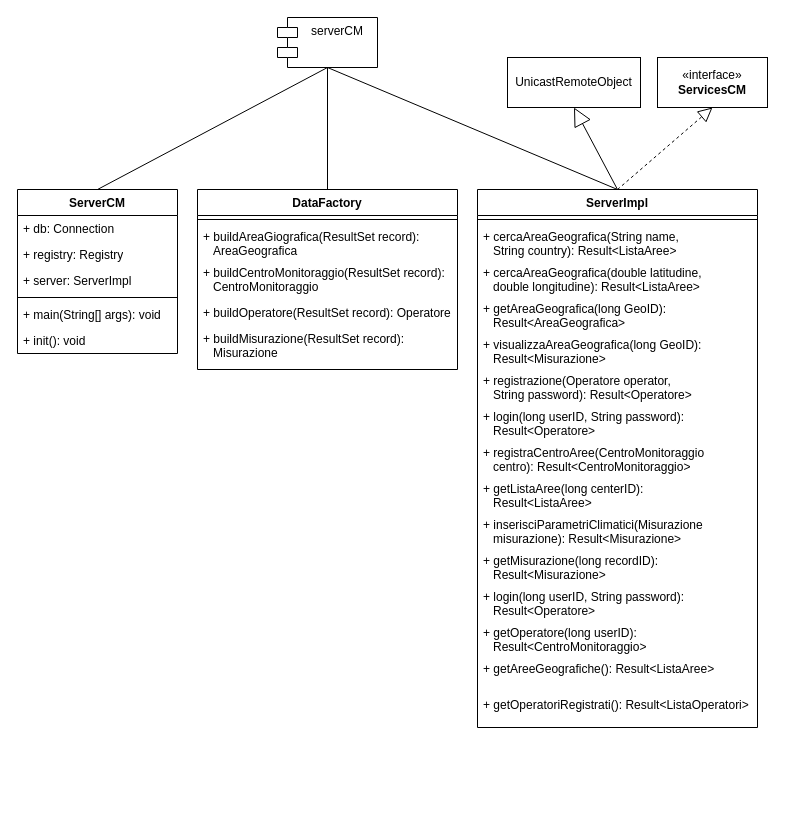
Earlier version of the draw.io diagram fig/drawio/serverCM.drawio (Qu4draetto-A3B/UniLab-docs). Source tidied: cells renumbered, new cells numbered last; positions are measured from the earlier drawing's top-left corner, leaving out a move shared by most shapes. Both pictures are drawn from the tidied source at 100%, with x=0, y=0 at pixel (17, 17).
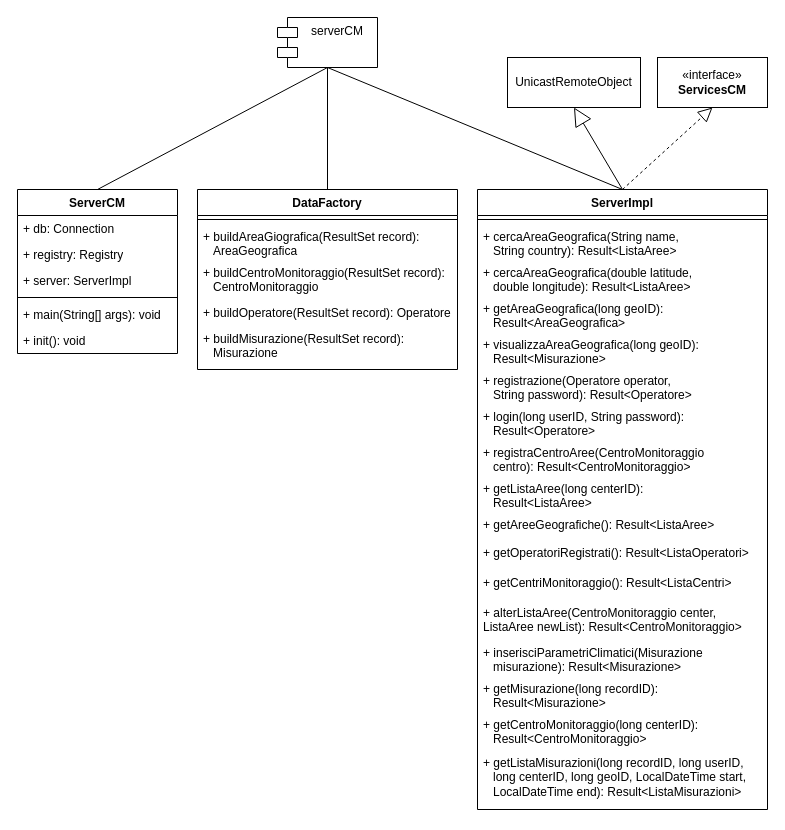
The same diagram, later.

Diff of the diagram source:
```diff
@@
     <mxCell id="16" value="ServerImpl" style="swimlane;fontStyle=1;align=center;verticalAlign=top;horizontal=1;startSize=26;whiteSpace=wrap;html=1;" parent="1" vertex="1">
-      <mxGeometry x="460" y="172" width="280" height="538" as="geometry" />
+      <mxGeometry x="460" y="172" width="290" height="620" as="geometry" />
     </mxCell>
     <mxCell id="17" style="line;strokeWidth=1;fillColor=none;align=left;verticalAlign=middle;spacingTop=-1;spacingLeft=3;spacingRight=3;labelPosition=right;strokeColor=inherit;" parent="16" vertex="1">
-      <mxGeometry y="26" width="280" height="8" as="geometry" />
+      <mxGeometry y="26" width="290" height="8" as="geometry" />
     </mxCell>
     <mxCell id="18" value="+ cercaAreaGeografica(String name,&amp;nbsp; &amp;nbsp;&lt;br&gt;&amp;nbsp; &amp;nbsp;String country): Result&amp;lt;ListaAree&amp;gt;" style="text;strokeColor=none;fillColor=none;align=left;verticalAlign=top;spacingLeft=4;spacingRight=4;overflow=hidden;whiteSpace=wrap;html=1;" parent="16" vertex="1">
-      <mxGeometry y="34" width="280" height="36" as="geometry" />
+      <mxGeometry y="34" width="290" height="36" as="geometry" />
     </mxCell>
-    <mxCell id="19" value="+ cercaAreaGeografica(double latitudine,&lt;br&gt;&amp;nbsp; &amp;nbsp;double longitudine): Result&amp;lt;ListaAree&amp;gt;" style="text;strokeColor=none;fillColor=none;align=left;verticalAlign=top;spacingLeft=4;spacingRight=4;overflow=hidden;whiteSpace=wrap;html=1;" parent="16" vertex="1">
-      <mxGeometry y="70" width="280" height="36" as="geometry" />
+    <mxCell id="19" value="+ cercaAreaGeografica(double latitude,&lt;br&gt;&amp;nbsp; &amp;nbsp;double longitude): Result&amp;lt;ListaAree&amp;gt;" style="text;strokeColor=none;fillColor=none;align=left;verticalAlign=top;spacingLeft=4;spacingRight=4;overflow=hidden;whiteSpace=wrap;html=1;" parent="16" vertex="1">
+      <mxGeometry y="70" width="290" height="36" as="geometry" />
     </mxCell>
-    <mxCell id="20" value="+ getAreaGeografica(long GeoID):&lt;br&gt;&amp;nbsp; &amp;nbsp;Result&amp;lt;AreaGeografica&amp;gt;" style="text;strokeColor=none;fillColor=none;align=left;verticalAlign=top;spacingLeft=4;spacingRight=4;overflow=hidden;whiteSpace=wrap;html=1;" parent="16" vertex="1">
-      <mxGeometry y="106" width="280" height="36" as="geometry" />
+    <mxCell id="20" value="+ getAreaGeografica(long geoID):&lt;br&gt;&amp;nbsp; &amp;nbsp;Result&amp;lt;AreaGeografica&amp;gt;" style="text;strokeColor=none;fillColor=none;align=left;verticalAlign=top;spacingLeft=4;spacingRight=4;overflow=hidden;whiteSpace=wrap;html=1;" parent="16" vertex="1">
+      <mxGeometry y="106" width="290" height="36" as="geometry" />
     </mxCell>
-    <mxCell id="21" value="+ visualizzaAreaGeografica(long GeoID):&lt;br&gt;&amp;nbsp; &amp;nbsp;Result&amp;lt;Misurazione&amp;gt;" style="text;strokeColor=none;fillColor=none;align=left;verticalAlign=top;spacingLeft=4;spacingRight=4;overflow=hidden;whiteSpace=wrap;html=1;" parent="16" vertex="1">
-      <mxGeometry y="142" width="280" height="36" as="geometry" />
+    <mxCell id="21" value="+ visualizzaAreaGeografica(long geoID):&lt;br&gt;&amp;nbsp; &amp;nbsp;Result&amp;lt;Misurazione&amp;gt;" style="text;strokeColor=none;fillColor=none;align=left;verticalAlign=top;spacingLeft=4;spacingRight=4;overflow=hidden;whiteSpace=wrap;html=1;" parent="16" vertex="1">
+      <mxGeometry y="142" width="290" height="36" as="geometry" />
     </mxCell>
     <mxCell id="22" value="+ registrazione(Operatore operator,&lt;br&gt;&amp;nbsp; &amp;nbsp;String password): Result&amp;lt;Operatore&amp;gt;" style="text;strokeColor=none;fillColor=none;align=left;verticalAlign=top;spacingLeft=4;spacingRight=4;overflow=hidden;whiteSpace=wrap;html=1;" parent="16" vertex="1">
-      <mxGeometry y="178" width="280" height="36" as="geometry" />
+      <mxGeometry y="178" width="290" height="36" as="geometry" />
     </mxCell>
     <mxCell id="23" value="+ login(long userID, String password):&lt;br&gt;&amp;nbsp; &amp;nbsp;Result&amp;lt;Operatore&amp;gt;" style="text;strokeColor=none;fillColor=none;align=left;verticalAlign=top;spacingLeft=4;spacingRight=4;overflow=hidden;whiteSpace=wrap;html=1;" parent="16" vertex="1">
-      <mxGeometry y="214" width="280" height="36" as="geometry" />
+      <mxGeometry y="214" width="290" height="36" as="geometry" />
     </mxCell>
     <mxCell id="24" value="+ registraCentroAree(CentroMonitoraggio&lt;br&gt;&amp;nbsp; &amp;nbsp;centro): Result&amp;lt;CentroMonitoraggio&amp;gt;" style="text;strokeColor=none;fillColor=none;align=left;verticalAlign=top;spacingLeft=4;spacingRight=4;overflow=hidden;whiteSpace=wrap;html=1;" parent="16" vertex="1">
-      <mxGeometry y="250" width="280" height="36" as="geometry" />
+      <mxGeometry y="250" width="290" height="36" as="geometry" />
     </mxCell>
     <mxCell id="25" value="+ getListaAree(long centerID):&lt;br&gt;&amp;nbsp; &amp;nbsp;Result&amp;lt;ListaAree&amp;gt;" style="text;strokeColor=none;fillColor=none;align=left;verticalAlign=top;spacingLeft=4;spacingRight=4;overflow=hidden;whiteSpace=wrap;html=1;" parent="16" vertex="1">
-      <mxGeometry y="286" width="280" height="36" as="geometry" />
+      <mxGeometry y="286" width="290" height="36" as="geometry" />
     </mxCell>
+    <mxCell id="30" value="+&amp;nbsp;getAreeGeografiche&lt;span style=&quot;background-color: initial;&quot;&gt;():&lt;/span&gt;&amp;nbsp;Result&amp;lt;ListaAree&amp;gt;" style="text;strokeColor=none;fillColor=none;align=left;verticalAlign=top;spacingLeft=4;spacingRight=4;overflow=hidden;whiteSpace=wrap;html=1;" parent="16" vertex="1">
+      <mxGeometry y="322" width="290" height="28" as="geometry" />
+    </mxCell>
+    <mxCell id="31" value="+&amp;nbsp;getOperatoriRegistrati&lt;span style=&quot;background-color: initial;&quot;&gt;():&lt;/span&gt;&amp;nbsp;Result&amp;lt;ListaOperatori&amp;gt;" style="text;strokeColor=none;fillColor=none;align=left;verticalAlign=top;spacingLeft=4;spacingRight=4;overflow=hidden;whiteSpace=wrap;html=1;" parent="16" vertex="1">
+      <mxGeometry y="350" width="290" height="30" as="geometry" />
+    </mxCell>
+    <mxCell id="39" value="+&amp;nbsp;getCentriMonitoraggio&lt;span style=&quot;background-color: initial;&quot;&gt;():&lt;/span&gt;&amp;nbsp;Result&amp;lt;ListaCentri&amp;gt;" style="text;strokeColor=none;fillColor=none;align=left;verticalAlign=top;spacingLeft=4;spacingRight=4;overflow=hidden;whiteSpace=wrap;html=1;" parent="16" vertex="1">
+      <mxGeometry y="380" width="290" height="30" as="geometry" />
+    </mxCell>
+    <mxCell id="40" value="+&amp;nbsp;alterListaAree&lt;span style=&quot;background-color: initial;&quot;&gt;(CentroMonitoraggio center, ListaAree newList):&lt;/span&gt;&amp;nbsp;Result&amp;lt;CentroMonitoraggio&amp;gt;" style="text;strokeColor=none;fillColor=none;align=left;verticalAlign=top;spacingLeft=4;spacingRight=4;overflow=hidden;whiteSpace=wrap;html=1;" parent="16" vertex="1">
+      <mxGeometry y="410" width="290" height="40" as="geometry" />
+    </mxCell>
     <mxCell id="26" value="+ inserisciParametriClimatici(Misurazione&lt;br&gt;&amp;nbsp; &amp;nbsp;misurazione):&amp;nbsp;Result&amp;lt;Misurazione&amp;gt;" style="text;strokeColor=none;fillColor=none;align=left;verticalAlign=top;spacingLeft=4;spacingRight=4;overflow=hidden;whiteSpace=wrap;html=1;" parent="16" vertex="1">
-      <mxGeometry y="322" width="280" height="36" as="geometry" />
+      <mxGeometry y="450" width="290" height="36" as="geometry" />
     </mxCell>
     <mxCell id="27" value="+ getMisurazione(long recordID):&lt;br&gt;&amp;nbsp; &amp;nbsp;Result&amp;lt;Misurazione&amp;gt;" style="text;strokeColor=none;fillColor=none;align=left;verticalAlign=top;spacingLeft=4;spacingRight=4;overflow=hidden;whiteSpace=wrap;html=1;" parent="16" vertex="1">
-      <mxGeometry y="358" width="280" height="36" as="geometry" />
+      <mxGeometry y="486" width="290" height="36" as="geometry" />
     </mxCell>
-    <mxCell id="28" value="+ login(long userID, String password):&lt;br&gt;&amp;nbsp; &amp;nbsp;Result&amp;lt;Operatore&amp;gt;" style="text;strokeColor=none;fillColor=none;align=left;verticalAlign=top;spacingLeft=4;spacingRight=4;overflow=hidden;whiteSpace=wrap;html=1;" parent="16" vertex="1">
-      <mxGeometry y="394" width="280" height="36" as="geometry" />
-    </mxCell>
-    <mxCell id="29" value="+ getOperatore(long userID):&lt;br&gt;&amp;nbsp; &amp;nbsp;Result&amp;lt;CentroMonitoraggio&amp;gt;" style="text;strokeColor=none;fillColor=none;align=left;verticalAlign=top;spacingLeft=4;spacingRight=4;overflow=hidden;whiteSpace=wrap;html=1;" parent="16" vertex="1">
-      <mxGeometry y="430" width="280" height="36" as="geometry" />
-    </mxCell>
-    <mxCell id="30" value="+&amp;nbsp;getAreeGeografiche&lt;span style=&quot;background-color: initial;&quot;&gt;():&lt;/span&gt;&amp;nbsp;Result&amp;lt;ListaAree&amp;gt;" style="text;strokeColor=none;fillColor=none;align=left;verticalAlign=top;spacingLeft=4;spacingRight=4;overflow=hidden;whiteSpace=wrap;html=1;" parent="16" vertex="1">
-      <mxGeometry y="466" width="280" height="36" as="geometry" />
-    </mxCell>
-    <mxCell id="31" value="+&amp;nbsp;getOperatoriRegistrati&lt;span style=&quot;background-color: initial;&quot;&gt;():&lt;/span&gt;&amp;nbsp;Result&amp;lt;ListaOperatori&amp;gt;" style="text;strokeColor=none;fillColor=none;align=left;verticalAlign=top;spacingLeft=4;spacingRight=4;overflow=hidden;whiteSpace=wrap;html=1;" parent="16" vertex="1">
-      <mxGeometry y="502" width="280" height="36" as="geometry" />
-    </mxCell>
+    <mxCell id="41" value="+&amp;nbsp;getCentroMonitoraggio&lt;span style=&quot;background-color: initial;&quot;&gt;(long centerID):&lt;br&gt;&lt;/span&gt;&amp;nbsp; &amp;nbsp;Result&amp;lt;CentroMonitoraggio&amp;gt;" style="text;strokeColor=none;fillColor=none;align=left;verticalAlign=top;spacingLeft=4;spacingRight=4;overflow=hidden;whiteSpace=wrap;html=1;" parent="16" vertex="1">
+      <mxGeometry y="522" width="290" height="38" as="geometry" />
+    </mxCell>
+    <mxCell id="42" value="+&amp;nbsp;getListaMisurazioni&lt;span style=&quot;background-color: initial;&quot;&gt;(long recordID, long userID,&lt;br&gt;&amp;nbsp; &amp;nbsp;long centerID, long geoID, LocalDateTime start,&lt;br&gt;&amp;nbsp; &amp;nbsp;LocalDateTime end):&lt;/span&gt;&amp;nbsp;Result&amp;lt;ListaMisurazioni&amp;gt;" style="text;strokeColor=none;fillColor=none;align=left;verticalAlign=top;spacingLeft=4;spacingRight=4;overflow=hidden;whiteSpace=wrap;html=1;" parent="16" vertex="1">
+      <mxGeometry y="560" width="290" height="60" as="geometry" />
+    </mxCell>
```
